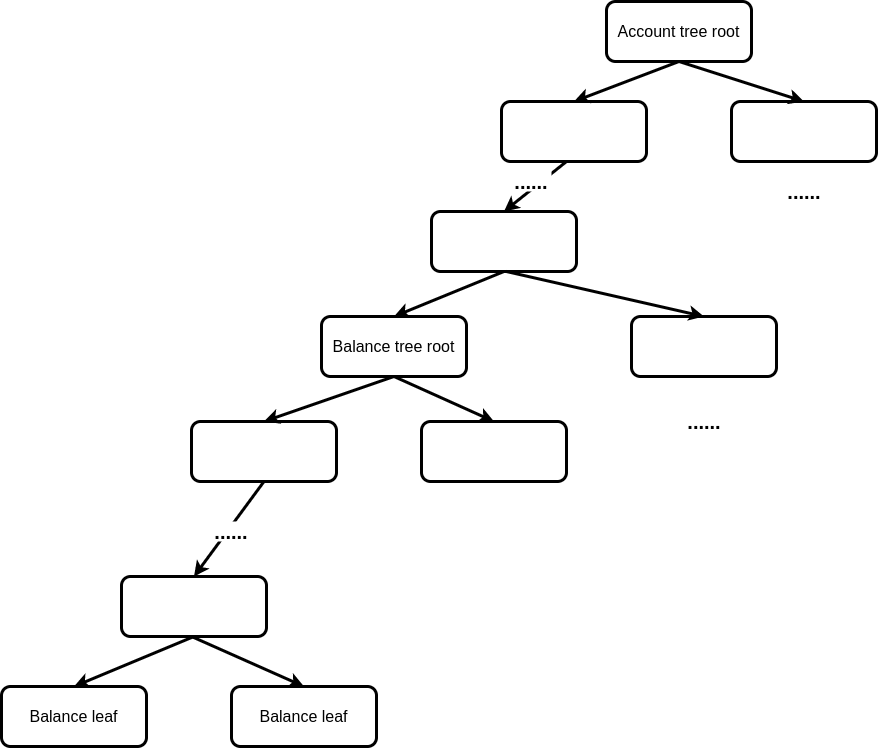
The draw.io diagram docs/images/account_merkle_tree.png in fluidex/fluidex.github.io, before a commit. Source tidied: cells renumbered, new cells last; positions are measured from the earlier drawing's top-left corner, leaving out a move shared by most shapes.
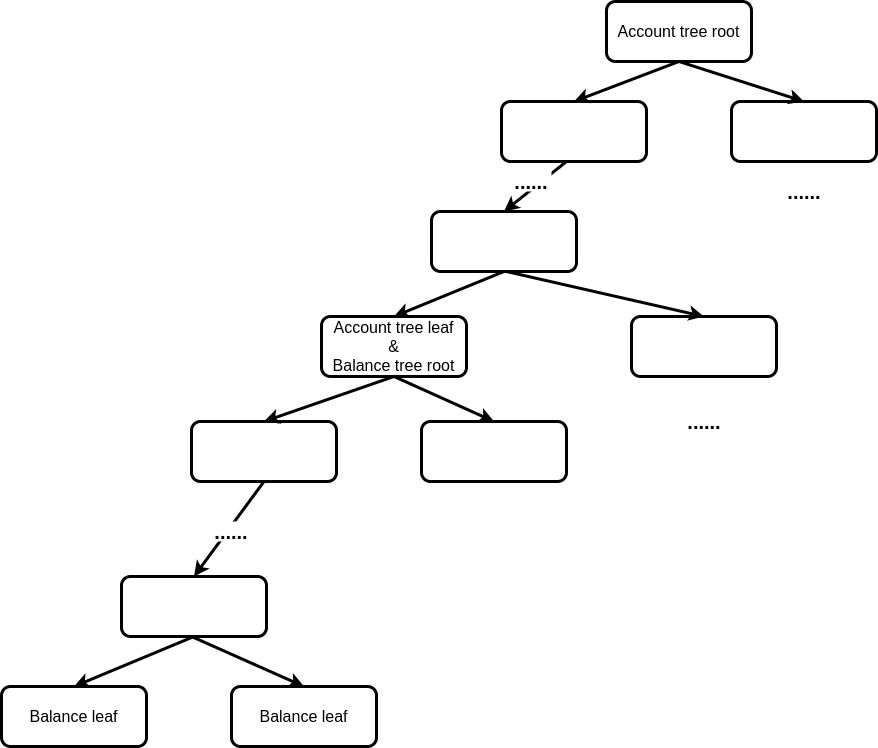
After the change.

The edit, as a diff of the source:
```diff
@@ -11,7 +11,7 @@
     <mxCell id="4" style="rounded=1;whiteSpace=wrap;html=1;strokeWidth=3;" parent="1" vertex="1">
       <mxGeometry x="730" y="100" width="145" height="60" as="geometry" />
     </mxCell>
-    <mxCell id="5" value="&lt;span style=&quot;font-size: 16px&quot;&gt;Balance tree root&lt;/span&gt;" style="rounded=1;whiteSpace=wrap;html=1;strokeWidth=3;" parent="1" vertex="1">
+    <mxCell id="5" value="&lt;span style=&quot;font-size: 16px&quot;&gt;Account tree leaf&lt;br&gt;&amp;amp;&lt;br&gt;&lt;/span&gt;&lt;span style=&quot;font-size: 16px&quot;&gt;Balance tree root&lt;/span&gt;" style="rounded=1;whiteSpace=wrap;html=1;strokeWidth=3;" parent="1" vertex="1">
       <mxGeometry x="320" y="315" width="145" height="60" as="geometry" />
     </mxCell>
     <mxCell id="6" style="rounded=1;whiteSpace=wrap;html=1;strokeWidth=3;" parent="1" vertex="1">
```
